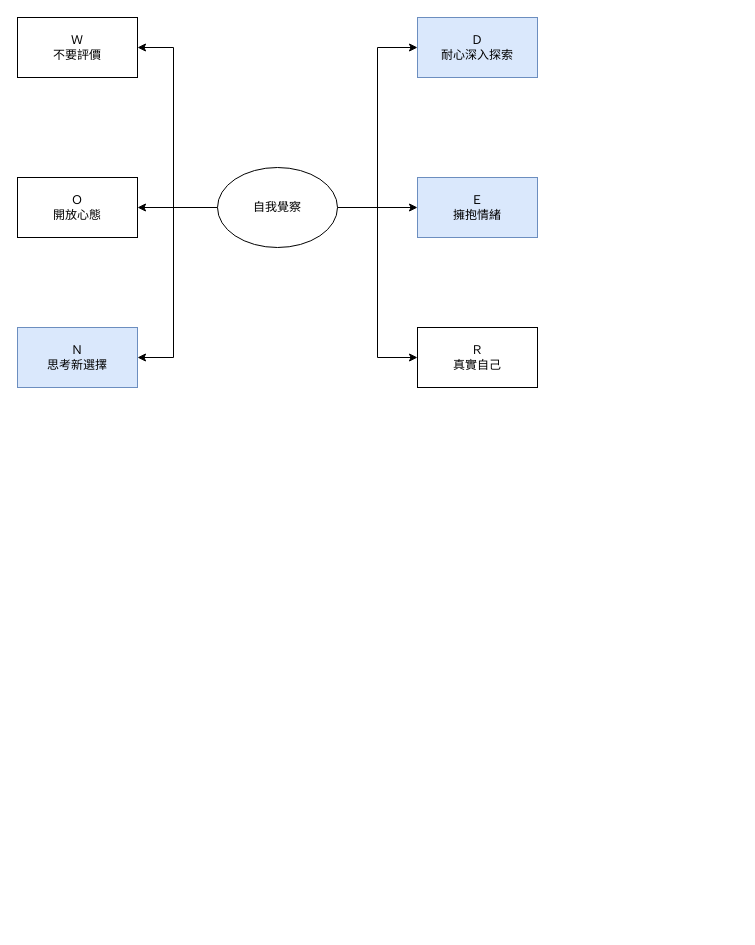
Above: brain aware.drawio in asd0591804/treeImage (draw.io), before the change. Source tidied: cells renumbered, new cells numbered last; positions are measured from the earlier drawing's top-left corner, leaving out a move shared by most shapes. Both pictures are drawn from the tidied source at 100%, with x=0, y=0 at pixel (17, 17).
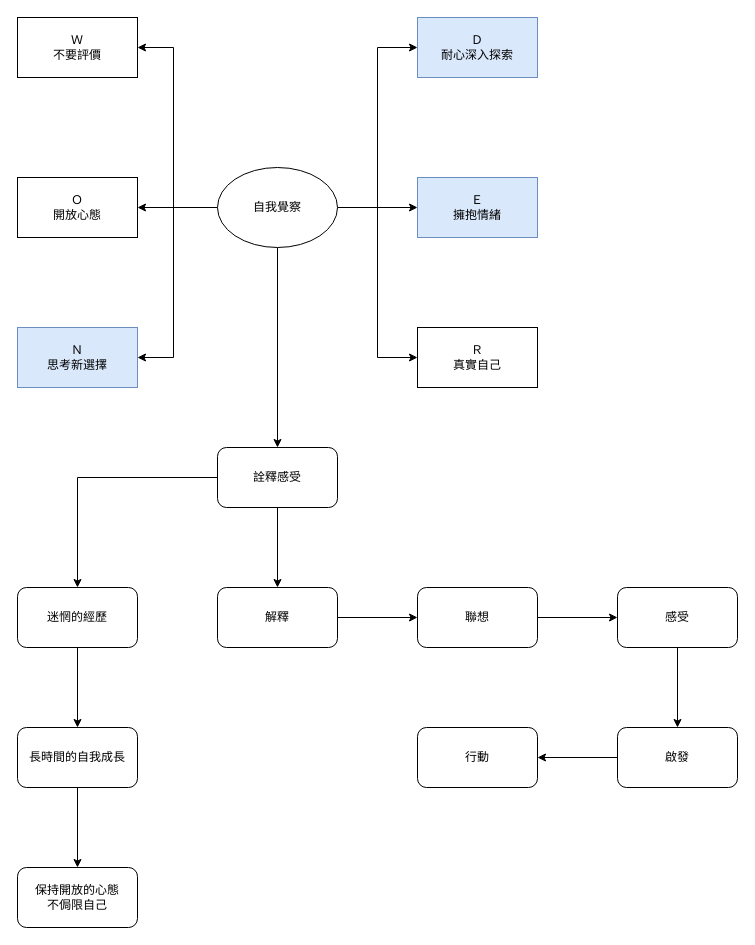
After the change.

Unchanged cells that the change refers to:
```xml
<mxCell id="8" value="自我覺察" style="ellipse;whiteSpace=wrap;html=1;" parent="1" vertex="1">
  <mxGeometry x="200" y="150" width="120" height="80" as="geometry" />
</mxCell>
```

Change to the diagram source:
```diff
@@
+    <mxCell id="15" style="edgeStyle=orthogonalEdgeStyle;rounded=0;jettySize=auto;html=1;exitX=0.5;exitY=1;exitDx=0;exitDy=0;entryX=0.5;entryY=0;entryDx=0;entryDy=0;" parent="1" edge="1" source="8" target="18">
+      <mxGeometry relative="1" as="geometry" />
+    </mxCell>
@@
+    <mxCell id="16" style="edgeStyle=orthogonalEdgeStyle;rounded=0;jettySize=auto;html=1;" parent="1" edge="1" source="18" target="20">
+      <mxGeometry relative="1" as="geometry" />
+    </mxCell>
+    <mxCell id="17" style="edgeStyle=orthogonalEdgeStyle;rounded=0;jettySize=auto;html=1;" parent="1" edge="1" source="18" target="29">
+      <mxGeometry relative="1" as="geometry" />
+    </mxCell>
+    <mxCell id="18" value="詮釋感受" style="rounded=1;whiteSpace=wrap;html=1;" parent="1" vertex="1">
+      <mxGeometry x="200" y="430" width="120" height="60" as="geometry" />
+    </mxCell>
+    <mxCell id="19" style="edgeStyle=orthogonalEdgeStyle;rounded=0;jettySize=auto;html=1;" parent="1" edge="1" source="20" target="22">
+      <mxGeometry relative="1" as="geometry" />
+    </mxCell>
+    <mxCell id="20" value="解釋" style="whiteSpace=wrap;html=1;rounded=1;" parent="1" vertex="1">
+      <mxGeometry x="200" y="570" width="120" height="60" as="geometry" />
+    </mxCell>
+    <mxCell id="21" style="edgeStyle=orthogonalEdgeStyle;rounded=0;jettySize=auto;html=1;" parent="1" edge="1" source="22" target="24">
+      <mxGeometry relative="1" as="geometry" />
+    </mxCell>
+    <mxCell id="22" value="聯想" style="whiteSpace=wrap;html=1;rounded=1;" parent="1" vertex="1">
+      <mxGeometry x="400" y="570" width="120" height="60" as="geometry" />
+    </mxCell>
+    <mxCell id="23" style="edgeStyle=orthogonalEdgeStyle;rounded=0;jettySize=auto;html=1;" parent="1" edge="1" source="24" target="26">
+      <mxGeometry relative="1" as="geometry" />
+    </mxCell>
+    <mxCell id="24" value="感受" style="whiteSpace=wrap;html=1;rounded=1;" parent="1" vertex="1">
+      <mxGeometry x="600" y="570" width="120" height="60" as="geometry" />
+    </mxCell>
+    <mxCell id="25" style="edgeStyle=orthogonalEdgeStyle;rounded=0;jettySize=auto;html=1;" parent="1" edge="1" source="26" target="27">
+      <mxGeometry relative="1" as="geometry" />
+    </mxCell>
+    <mxCell id="26" value="啟發" style="whiteSpace=wrap;html=1;rounded=1;" parent="1" vertex="1">
+      <mxGeometry x="600" y="710" width="120" height="60" as="geometry" />
+    </mxCell>
+    <mxCell id="27" value="行動" style="whiteSpace=wrap;html=1;rounded=1;" parent="1" vertex="1">
+      <mxGeometry x="400" y="710" width="120" height="60" as="geometry" />
+    </mxCell>
+    <mxCell id="28" style="edgeStyle=orthogonalEdgeStyle;rounded=0;jettySize=auto;html=1;" parent="1" edge="1" source="29" target="31">
+      <mxGeometry relative="1" as="geometry" />
+    </mxCell>
+    <mxCell id="29" value="迷惘的經歷" style="whiteSpace=wrap;html=1;rounded=1;" parent="1" vertex="1">
+      <mxGeometry y="570" width="120" height="60" as="geometry" />
+    </mxCell>
+    <mxCell id="30" style="edgeStyle=orthogonalEdgeStyle;rounded=0;jettySize=auto;html=1;" parent="1" edge="1" source="31" target="32">
+      <mxGeometry relative="1" as="geometry" />
+    </mxCell>
+    <mxCell id="31" value="長時間的自我成長" style="whiteSpace=wrap;html=1;rounded=1;" parent="1" vertex="1">
+      <mxGeometry y="710" width="120" height="60" as="geometry" />
+    </mxCell>
+    <mxCell id="32" value="保持開放的心態&lt;div&gt;不侷限自己&lt;/div&gt;" style="whiteSpace=wrap;html=1;rounded=1;" parent="1" vertex="1">
+      <mxGeometry y="850" width="120" height="60" as="geometry" />
+    </mxCell>
```
